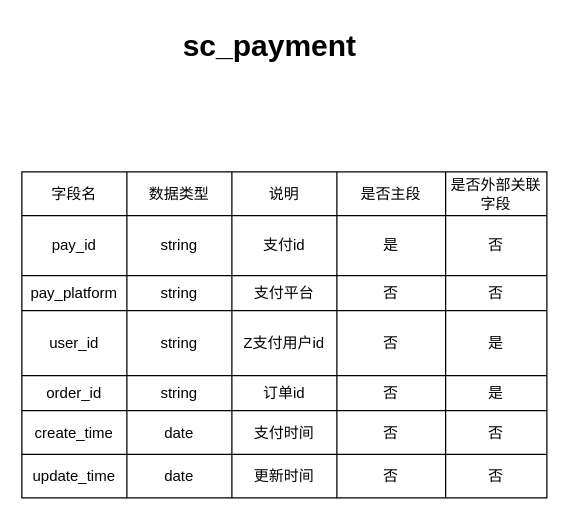
hnistzzm/- keeps this draw.io diagram as page "第 11 页" (11 of 12) of 数据库实体-联系图.drawio. Above is the earlier version. Source tidied: cells renumbered, new cells numbered last; positions are measured from the earlier drawing's top-left corner, leaving out a move shared by most shapes. Both pictures are drawn from the tidied source at 125%, with x=0, y=0 at pixel (21, 21).
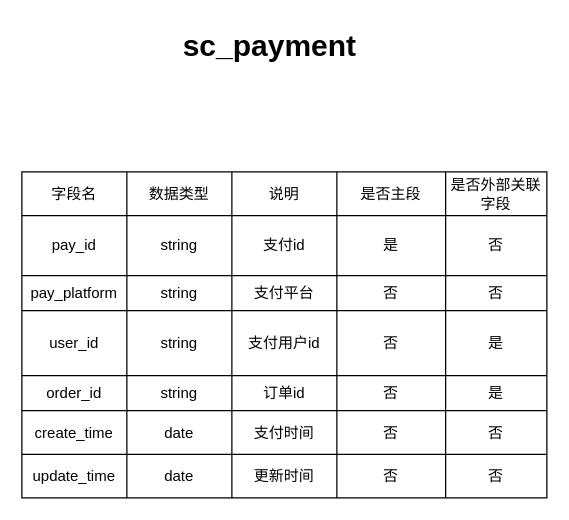
The same page after the edit.

The change refers to these unchanged cells:
```xml
<mxCell id="21" style="shape=tableRow;horizontal=0;startSize=0;swimlaneHead=0;swimlaneBody=0;strokeColor=inherit;top=0;left=0;bottom=0;right=0;fillColor=none;" parent="2" vertex="1">
  <mxGeometry y="111" width="420" height="52" as="geometry" />
</mxCell>
```

The edit, as a diff of the source:
```diff
@@
-    <mxCell id="24" value="Z支付用户id" style="shape=partialRectangle;html=1;whiteSpace=wrap;strokeColor=inherit;overflow=hidden;fillColor=none;top=0;left=0;bottom=0;right=0;" parent="21" vertex="1">
+    <mxCell id="24" value="支付用户id" style="shape=partialRectangle;html=1;whiteSpace=wrap;strokeColor=inherit;overflow=hidden;fillColor=none;top=0;left=0;bottom=0;right=0;" parent="21" vertex="1">
       <mxGeometry x="168" width="84" height="52" as="geometry" />
     </mxCell>
```
